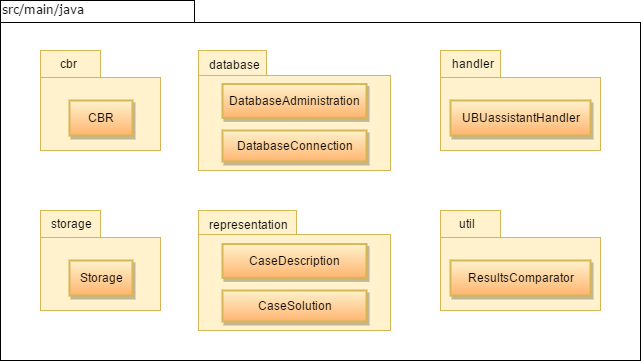
Before: doc/latex/img/DiagramaPaquetes.png, a diagram exported from draw.io (DanielSantidrian/UBUassistant). Source tidied: cells renumbered, new cells last; positions are measured from the earlier drawing's top-left corner, leaving out a move shared by most shapes. Source of this version:
```xml
<mxGraphModel background="#ffffff">
  <root>
    <mxCell id="0" />
    <mxCell id="1" parent="0" />
    <mxCell id="2" style="shape=folder;fontStyle=1;spacingTop=10;tabWidth=194;tabHeight=22;tabPosition=left;html=1;rounded=0;shadow=0;comic=0;labelBackgroundColor=none;strokeColor=#000000;strokeWidth=1;fillColor=none;fontFamily=Verdana;fontSize=10;fontColor=#000000;align=center;" parent="1" vertex="1">
      <mxGeometry width="640" height="360" as="geometry" />
    </mxCell>
    <mxCell id="3" value="src/main/java" style="text;html=1;align=left;verticalAlign=top;spacingTop=-4;fontSize=12;fontFamily=Verdana;fontColor=#000000;" parent="1" vertex="1">
      <mxGeometry width="130" height="20" as="geometry" />
    </mxCell>
    <mxCell id="4" style="group;fillColor=none;strokeColor=none;" parent="1" vertex="1">
      <mxGeometry x="40" y="50" width="120" height="100" as="geometry" />
    </mxCell>
    <mxCell id="5" style="group;" parent="4" vertex="1">
      <mxGeometry width="120" height="100" as="geometry" />
    </mxCell>
    <mxCell id="6" style="group;fillColor=#ffffff;strokeColor=none;shadow=0;" parent="5" vertex="1">
      <mxGeometry width="120" height="100" as="geometry" />
    </mxCell>
    <mxCell id="7" style="group;" parent="6" vertex="1">
      <mxGeometry width="120" height="100" as="geometry" />
    </mxCell>
    <mxCell id="8" style="shape=folder;fontStyle=1;spacingTop=10;tabWidth=60;tabHeight=27;tabPosition=left;html=1;rounded=0;shadow=0;comic=0;labelBackgroundColor=none;strokeColor=#d6b656;strokeWidth=1;fillColor=#fff2cc;fontFamily=Verdana;fontSize=10;fontColor=#000000;align=center;" parent="7" vertex="1">
      <mxGeometry width="120" height="100" as="geometry" />
    </mxCell>
    <mxCell id="9" value="cbr" style="text;html=1;align=left;verticalAlign=top;spacingTop=-4;fontSize=12;" parent="7" vertex="1">
      <mxGeometry x="17.6" y="3.8" width="30" height="20" as="geometry" />
    </mxCell>
    <mxCell id="10" value="CBR" style="rounded=0;whiteSpace=wrap;html=1;shadow=1;strokeColor=#d6b656;strokeWidth=2;fillColor=#fff2cc;fontSize=12;comic=0;glass=0;gradientColor=#FFB570;" parent="7" vertex="1">
      <mxGeometry x="29" y="50" width="63" height="35" as="geometry" />
    </mxCell>
    <mxCell id="11" style="group;fillColor=#ffffff;strokeColor=none;" parent="1" vertex="1">
      <mxGeometry x="198" y="50" width="192" height="120" as="geometry" />
    </mxCell>
    <mxCell id="12" style="group;fillColor=#FFFBED;" parent="11" vertex="1">
      <mxGeometry width="192" height="120" as="geometry" />
    </mxCell>
    <mxCell id="13" style="group;fillColor=#ffffff;strokeColor=none;shadow=0;" parent="12" vertex="1">
      <mxGeometry width="192" height="120" as="geometry" />
    </mxCell>
    <mxCell id="14" style="group;" parent="13" vertex="1">
      <mxGeometry width="192" height="120" as="geometry" />
    </mxCell>
    <mxCell id="15" style="shape=folder;fontStyle=1;spacingTop=10;tabWidth=68;tabHeight=25;tabPosition=left;html=1;rounded=0;shadow=0;comic=0;labelBackgroundColor=none;strokeColor=#d6b656;strokeWidth=1;fillColor=#fff2cc;fontFamily=Verdana;fontSize=10;fontColor=#000000;align=center;" parent="14" vertex="1">
      <mxGeometry width="192" height="120" as="geometry" />
    </mxCell>
    <mxCell id="16" value="database" style="text;html=1;align=left;verticalAlign=top;spacingTop=-4;fontSize=12;" parent="14" vertex="1">
      <mxGeometry x="8.9" y="4.6" width="70" height="20" as="geometry" />
    </mxCell>
    <mxCell id="17" value="DatabaseAdministration" style="rounded=0;whiteSpace=wrap;html=1;shadow=1;strokeColor=#d6b656;strokeWidth=2;fillColor=#fff2cc;fontSize=12;comic=0;glass=0;gradientColor=#FFB570;" parent="14" vertex="1">
      <mxGeometry x="24" y="33.5" width="144" height="33.8" as="geometry" />
    </mxCell>
    <mxCell id="18" value="DatabaseConnection" style="rounded=0;whiteSpace=wrap;html=1;shadow=1;strokeColor=#d6b656;strokeWidth=2;fillColor=#fff2cc;fontSize=12;comic=0;glass=0;gradientColor=#FFB570;" parent="1" vertex="1">
      <mxGeometry x="222" y="130" width="144" height="31" as="geometry" />
    </mxCell>
    <mxCell id="19" style="group;fillColor=none;strokeColor=none;" parent="1" vertex="1">
      <mxGeometry x="440" y="50" width="160" height="100" as="geometry" />
    </mxCell>
    <mxCell id="20" style="group;" parent="19" vertex="1">
      <mxGeometry width="160" height="100" as="geometry" />
    </mxCell>
    <mxCell id="21" style="group;fillColor=#ffffff;strokeColor=none;shadow=0;" parent="20" vertex="1">
      <mxGeometry width="160" height="100" as="geometry" />
    </mxCell>
    <mxCell id="22" style="group;" parent="21" vertex="1">
      <mxGeometry width="160" height="100" as="geometry" />
    </mxCell>
    <mxCell id="23" style="shape=folder;fontStyle=1;spacingTop=10;tabWidth=60;tabHeight=27;tabPosition=left;html=1;rounded=0;shadow=0;comic=0;labelBackgroundColor=none;strokeColor=#d6b656;strokeWidth=1;fillColor=#fff2cc;fontFamily=Verdana;fontSize=10;fontColor=#000000;align=center;" parent="22" vertex="1">
      <mxGeometry width="160" height="100" as="geometry" />
    </mxCell>
    <mxCell id="24" value="handler" style="text;html=1;align=left;verticalAlign=top;spacingTop=-4;fontSize=12;" parent="22" vertex="1">
      <mxGeometry x="10.1" y="3.8" width="60" height="20" as="geometry" />
    </mxCell>
    <mxCell id="25" value="UBUassistantHandler" style="rounded=0;whiteSpace=wrap;html=1;shadow=1;strokeColor=#d6b656;strokeWidth=2;fillColor=#fff2cc;fontSize=12;comic=0;glass=0;gradientColor=#FFB570;" parent="22" vertex="1">
      <mxGeometry x="10" y="50" width="140" height="35" as="geometry" />
    </mxCell>
    <mxCell id="26" style="group;fillColor=none;strokeColor=none;" parent="1" vertex="1">
      <mxGeometry x="40" y="210" width="120" height="100" as="geometry" />
    </mxCell>
    <mxCell id="27" style="group;" parent="26" vertex="1">
      <mxGeometry width="120" height="100" as="geometry" />
    </mxCell>
    <mxCell id="28" style="group;fillColor=#ffffff;strokeColor=none;shadow=0;" parent="27" vertex="1">
      <mxGeometry width="120" height="100" as="geometry" />
    </mxCell>
    <mxCell id="29" style="group;" parent="28" vertex="1">
      <mxGeometry width="120" height="100" as="geometry" />
    </mxCell>
    <mxCell id="30" style="shape=folder;fontStyle=1;spacingTop=10;tabWidth=60;tabHeight=27;tabPosition=left;html=1;rounded=0;shadow=0;comic=0;labelBackgroundColor=none;strokeColor=#d6b656;strokeWidth=1;fillColor=#fff2cc;fontFamily=Verdana;fontSize=10;fontColor=#000000;align=center;" parent="29" vertex="1">
      <mxGeometry width="120" height="100" as="geometry" />
    </mxCell>
    <mxCell id="31" value="storage" style="text;html=1;align=left;verticalAlign=top;spacingTop=-4;fontSize=12;" parent="29" vertex="1">
      <mxGeometry x="8.6" y="3.8" width="60" height="20" as="geometry" />
    </mxCell>
    <mxCell id="32" value="Storage" style="rounded=0;whiteSpace=wrap;html=1;shadow=1;strokeColor=#d6b656;strokeWidth=2;fillColor=#fff2cc;fontSize=12;comic=0;glass=0;gradientColor=#FFB570;" parent="29" vertex="1">
      <mxGeometry x="29" y="50" width="63" height="35" as="geometry" />
    </mxCell>
    <mxCell id="33" style="group;" parent="1" vertex="1">
      <mxGeometry x="198" y="210" width="192" height="120" as="geometry" />
    </mxCell>
    <mxCell id="34" style="group;" parent="33" vertex="1">
      <mxGeometry width="192" height="120" as="geometry" />
    </mxCell>
    <mxCell id="35" style="group;fillColor=#ffffff;strokeColor=none;shadow=0;" parent="34" vertex="1">
      <mxGeometry width="192" height="120" as="geometry" />
    </mxCell>
    <mxCell id="36" style="group;" parent="35" vertex="1">
      <mxGeometry width="192" height="120" as="geometry" />
    </mxCell>
    <mxCell id="37" style="shape=folder;fontStyle=1;spacingTop=10;tabWidth=98;tabHeight=24;tabPosition=left;html=1;rounded=0;shadow=0;comic=0;labelBackgroundColor=none;strokeColor=#d6b656;strokeWidth=1;fillColor=#fff2cc;fontFamily=Verdana;fontSize=10;fontColor=#000000;align=center;" parent="36" vertex="1">
      <mxGeometry width="192" height="120" as="geometry" />
    </mxCell>
    <mxCell id="38" value="representation" style="text;html=1;align=left;verticalAlign=top;spacingTop=-4;fontSize=12;" parent="36" vertex="1">
      <mxGeometry x="8.9" y="4.6" width="90" height="20" as="geometry" />
    </mxCell>
    <mxCell id="39" value="CaseDescription" style="rounded=0;whiteSpace=wrap;html=1;shadow=1;strokeColor=#d6b656;strokeWidth=2;fillColor=#fff2cc;fontSize=12;comic=0;glass=0;gradientColor=#FFB570;" parent="36" vertex="1">
      <mxGeometry x="24" y="33.5" width="144" height="33.8" as="geometry" />
    </mxCell>
    <mxCell id="40" value="CaseSolution" style="rounded=0;whiteSpace=wrap;html=1;shadow=1;strokeColor=#d6b656;strokeWidth=2;fillColor=#fff2cc;fontSize=12;comic=0;glass=0;gradientColor=#FFB570;" parent="1" vertex="1">
      <mxGeometry x="222" y="290" width="144" height="31" as="geometry" />
    </mxCell>
    <mxCell id="41" style="group;fillColor=none;strokeColor=none;" parent="1" vertex="1">
      <mxGeometry x="440" y="210" width="160" height="100" as="geometry" />
    </mxCell>
    <mxCell id="42" style="group;" parent="41" vertex="1">
      <mxGeometry width="160" height="100" as="geometry" />
    </mxCell>
    <mxCell id="43" style="group;fillColor=#ffffff;strokeColor=none;shadow=0;" parent="42" vertex="1">
      <mxGeometry width="160" height="100" as="geometry" />
    </mxCell>
    <mxCell id="44" style="group;" parent="43" vertex="1">
      <mxGeometry width="160" height="100" as="geometry" />
    </mxCell>
    <mxCell id="45" style="shape=folder;fontStyle=1;spacingTop=10;tabWidth=60;tabHeight=27;tabPosition=left;html=1;rounded=0;shadow=0;comic=0;labelBackgroundColor=none;strokeColor=#d6b656;strokeWidth=1;fillColor=#fff2cc;fontFamily=Verdana;fontSize=10;fontColor=#000000;align=center;" parent="44" vertex="1">
      <mxGeometry width="160" height="100" as="geometry" />
    </mxCell>
    <mxCell id="46" value="util" style="text;html=1;align=left;verticalAlign=top;spacingTop=-4;fontSize=12;" parent="44" vertex="1">
      <mxGeometry x="17.1" y="3.8" width="30" height="20" as="geometry" />
    </mxCell>
    <mxCell id="47" value="ResultsComparator" style="rounded=0;whiteSpace=wrap;html=1;shadow=1;strokeColor=#d6b656;strokeWidth=2;fillColor=#fff2cc;fontSize=12;comic=0;glass=0;gradientColor=#FFB570;" parent="44" vertex="1">
      <mxGeometry x="10" y="50" width="140" height="35" as="geometry" />
    </mxCell>
  </root>
</mxGraphModel>
```
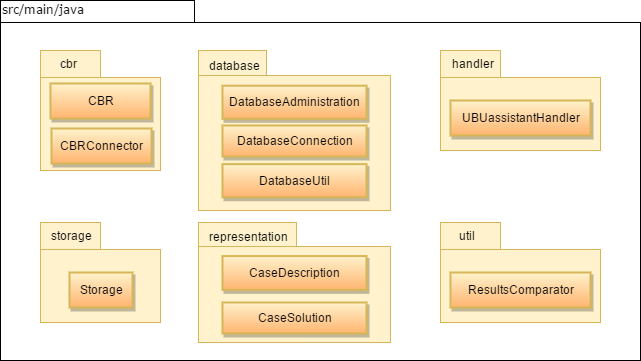
After the commit.

Change to the diagram source:
```diff
@@ -9,49 +9,55 @@
       <mxGeometry width="130" height="20" as="geometry" />
     </mxCell>
     <mxCell id="4" style="group;fillColor=none;strokeColor=none;" parent="1" vertex="1">
-      <mxGeometry x="40" y="50" width="120" height="100" as="geometry" />
+      <mxGeometry x="40" y="50" width="120" height="120" as="geometry" />
     </mxCell>
     <mxCell id="5" style="group;" parent="4" vertex="1">
-      <mxGeometry width="120" height="100" as="geometry" />
+      <mxGeometry width="120" height="120" as="geometry" />
     </mxCell>
     <mxCell id="6" style="group;fillColor=#ffffff;strokeColor=none;shadow=0;" parent="5" vertex="1">
-      <mxGeometry width="120" height="100" as="geometry" />
+      <mxGeometry width="120" height="120" as="geometry" />
     </mxCell>
     <mxCell id="7" style="group;" parent="6" vertex="1">
-      <mxGeometry width="120" height="100" as="geometry" />
+      <mxGeometry width="120" height="120" as="geometry" />
     </mxCell>
     <mxCell id="8" style="shape=folder;fontStyle=1;spacingTop=10;tabWidth=60;tabHeight=27;tabPosition=left;html=1;rounded=0;shadow=0;comic=0;labelBackgroundColor=none;strokeColor=#d6b656;strokeWidth=1;fillColor=#fff2cc;fontFamily=Verdana;fontSize=10;fontColor=#000000;align=center;" parent="7" vertex="1">
-      <mxGeometry width="120" height="100" as="geometry" />
+      <mxGeometry width="120" height="120" as="geometry" />
     </mxCell>
     <mxCell id="9" value="cbr" style="text;html=1;align=left;verticalAlign=top;spacingTop=-4;fontSize=12;" parent="7" vertex="1">
       <mxGeometry x="17.6" y="3.8" width="30" height="20" as="geometry" />
     </mxCell>
     <mxCell id="10" value="CBR" style="rounded=0;whiteSpace=wrap;html=1;shadow=1;strokeColor=#d6b656;strokeWidth=2;fillColor=#fff2cc;fontSize=12;comic=0;glass=0;gradientColor=#FFB570;" parent="7" vertex="1">
-      <mxGeometry x="29" y="50" width="63" height="35" as="geometry" />
+      <mxGeometry x="10" y="33" width="100" height="35" as="geometry" />
     </mxCell>
+    <mxCell id="48" value="CBRConnector" style="rounded=0;whiteSpace=wrap;html=1;shadow=1;strokeColor=#d6b656;strokeWidth=2;fillColor=#fff2cc;fontSize=12;comic=0;glass=0;gradientColor=#FFB570;" parent="7" vertex="1">
+      <mxGeometry x="11" y="78" width="100" height="35" as="geometry" />
+    </mxCell>
     <mxCell id="11" style="group;fillColor=#ffffff;strokeColor=none;" parent="1" vertex="1">
-      <mxGeometry x="198" y="50" width="192" height="120" as="geometry" />
+      <mxGeometry x="198" y="50" width="192" height="160" as="geometry" />
     </mxCell>
     <mxCell id="12" style="group;fillColor=#FFFBED;" parent="11" vertex="1">
-      <mxGeometry width="192" height="120" as="geometry" />
+      <mxGeometry width="192" height="160" as="geometry" />
     </mxCell>
     <mxCell id="13" style="group;fillColor=#ffffff;strokeColor=none;shadow=0;" parent="12" vertex="1">
-      <mxGeometry width="192" height="120" as="geometry" />
+      <mxGeometry width="192" height="160" as="geometry" />
     </mxCell>
     <mxCell id="14" style="group;" parent="13" vertex="1">
-      <mxGeometry width="192" height="120" as="geometry" />
+      <mxGeometry width="192" height="160" as="geometry" />
     </mxCell>
     <mxCell id="15" style="shape=folder;fontStyle=1;spacingTop=10;tabWidth=68;tabHeight=25;tabPosition=left;html=1;rounded=0;shadow=0;comic=0;labelBackgroundColor=none;strokeColor=#d6b656;strokeWidth=1;fillColor=#fff2cc;fontFamily=Verdana;fontSize=10;fontColor=#000000;align=center;" parent="14" vertex="1">
-      <mxGeometry width="192" height="120" as="geometry" />
+      <mxGeometry width="192" height="160" as="geometry" />
     </mxCell>
     <mxCell id="16" value="database" style="text;html=1;align=left;verticalAlign=top;spacingTop=-4;fontSize=12;" parent="14" vertex="1">
-      <mxGeometry x="8.9" y="4.6" width="70" height="20" as="geometry" />
+      <mxGeometry x="8.9" y="6.2" width="70" height="20" as="geometry" />
     </mxCell>
     <mxCell id="17" value="DatabaseAdministration" style="rounded=0;whiteSpace=wrap;html=1;shadow=1;strokeColor=#d6b656;strokeWidth=2;fillColor=#fff2cc;fontSize=12;comic=0;glass=0;gradientColor=#FFB570;" parent="14" vertex="1">
-      <mxGeometry x="24" y="33.5" width="144" height="33.8" as="geometry" />
+      <mxGeometry x="24" y="35.2" width="144" height="33.1" as="geometry" />
     </mxCell>
+    <mxCell id="49" value="DatabaseUtil" style="rounded=0;whiteSpace=wrap;html=1;shadow=1;strokeColor=#d6b656;strokeWidth=2;fillColor=#fff2cc;fontSize=12;comic=0;glass=0;gradientColor=#FFB570;" parent="14" vertex="1">
+      <mxGeometry x="24" y="113.7" width="144" height="33.1" as="geometry" />
+    </mxCell>
     <mxCell id="18" value="DatabaseConnection" style="rounded=0;whiteSpace=wrap;html=1;shadow=1;strokeColor=#d6b656;strokeWidth=2;fillColor=#fff2cc;fontSize=12;comic=0;glass=0;gradientColor=#FFB570;" parent="1" vertex="1">
-      <mxGeometry x="222" y="130" width="144" height="31" as="geometry" />
+      <mxGeometry x="222" y="125" width="144" height="31" as="geometry" />
     </mxCell>
     <mxCell id="19" style="group;fillColor=none;strokeColor=none;" parent="1" vertex="1">
       <mxGeometry x="440" y="50" width="160" height="100" as="geometry" />
@@ -75,7 +81,7 @@
       <mxGeometry x="10" y="50" width="140" height="35" as="geometry" />
     </mxCell>
     <mxCell id="26" style="group;fillColor=none;strokeColor=none;" parent="1" vertex="1">
-      <mxGeometry x="40" y="210" width="120" height="100" as="geometry" />
+      <mxGeometry x="40" y="222" width="120" height="100" as="geometry" />
     </mxCell>
     <mxCell id="27" style="group;" parent="26" vertex="1">
       <mxGeometry width="120" height="100" as="geometry" />
@@ -96,7 +102,7 @@
       <mxGeometry x="29" y="50" width="63" height="35" as="geometry" />
     </mxCell>
     <mxCell id="33" style="group;" parent="1" vertex="1">
-      <mxGeometry x="198" y="210" width="192" height="120" as="geometry" />
+      <mxGeometry x="198" y="222" width="192" height="120" as="geometry" />
     </mxCell>
     <mxCell id="34" style="group;" parent="33" vertex="1">
       <mxGeometry width="192" height="120" as="geometry" />
@@ -117,10 +123,10 @@
       <mxGeometry x="24" y="33.5" width="144" height="33.8" as="geometry" />
     </mxCell>
     <mxCell id="40" value="CaseSolution" style="rounded=0;whiteSpace=wrap;html=1;shadow=1;strokeColor=#d6b656;strokeWidth=2;fillColor=#fff2cc;fontSize=12;comic=0;glass=0;gradientColor=#FFB570;" parent="1" vertex="1">
-      <mxGeometry x="222" y="290" width="144" height="31" as="geometry" />
+      <mxGeometry x="222" y="302" width="144" height="31" as="geometry" />
     </mxCell>
     <mxCell id="41" style="group;fillColor=none;strokeColor=none;" parent="1" vertex="1">
-      <mxGeometry x="440" y="210" width="160" height="100" as="geometry" />
+      <mxGeometry x="440" y="222" width="160" height="100" as="geometry" />
     </mxCell>
     <mxCell id="42" style="group;" parent="41" vertex="1">
       <mxGeometry width="160" height="100" as="geometry" />
```
